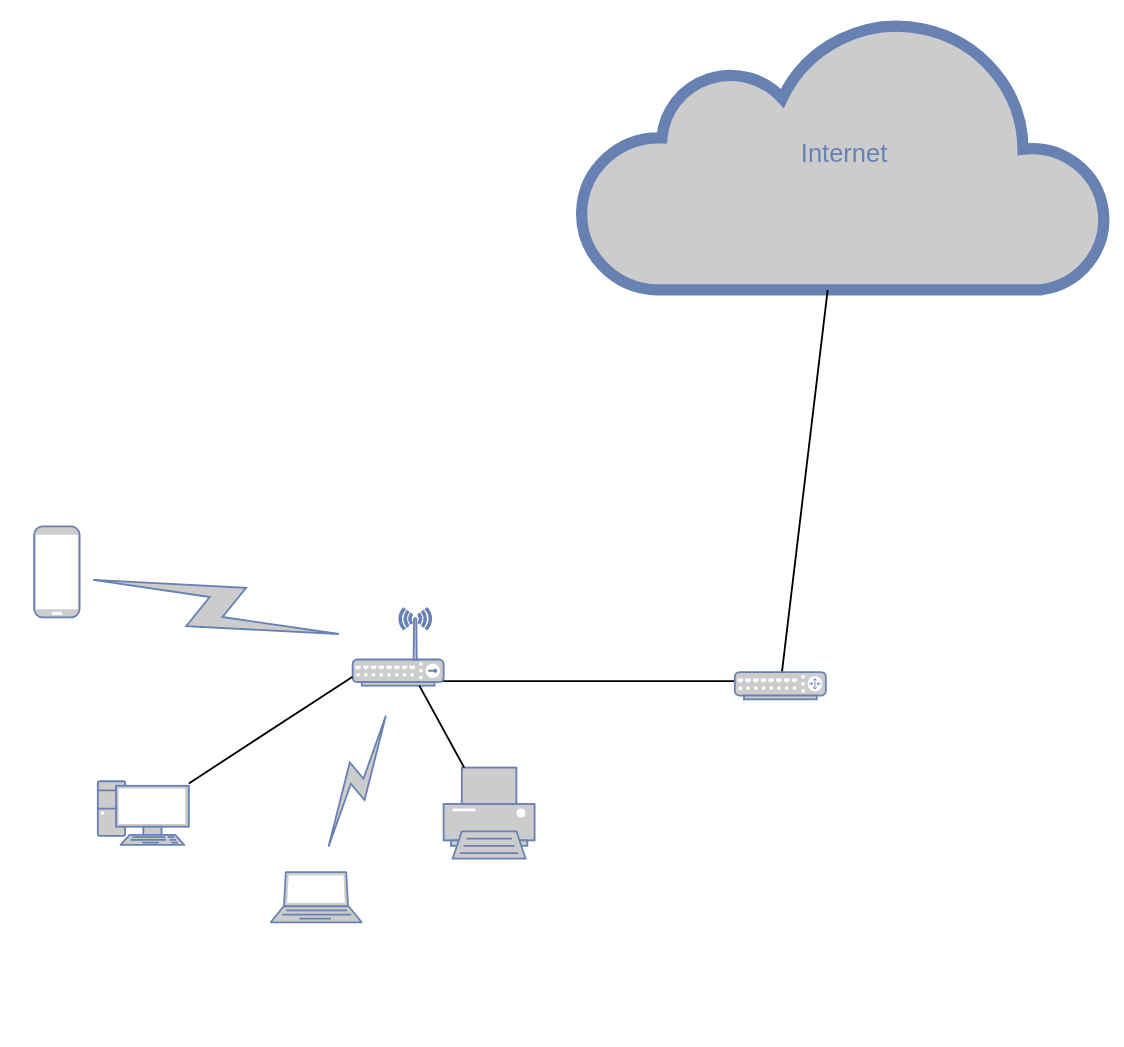
Before: sysadmin-08-net/Untitled Diagram.drawio in GodesAleksandra/netology_homework, a draw.io diagram. Source tidied: cells renumbered, new cells numbered last; positions are measured from the earlier drawing's top-left corner, leaving out a move shared by most shapes. Both pictures are drawn from the tidied source at 91%, with x=0, y=0 at pixel (34, 16).
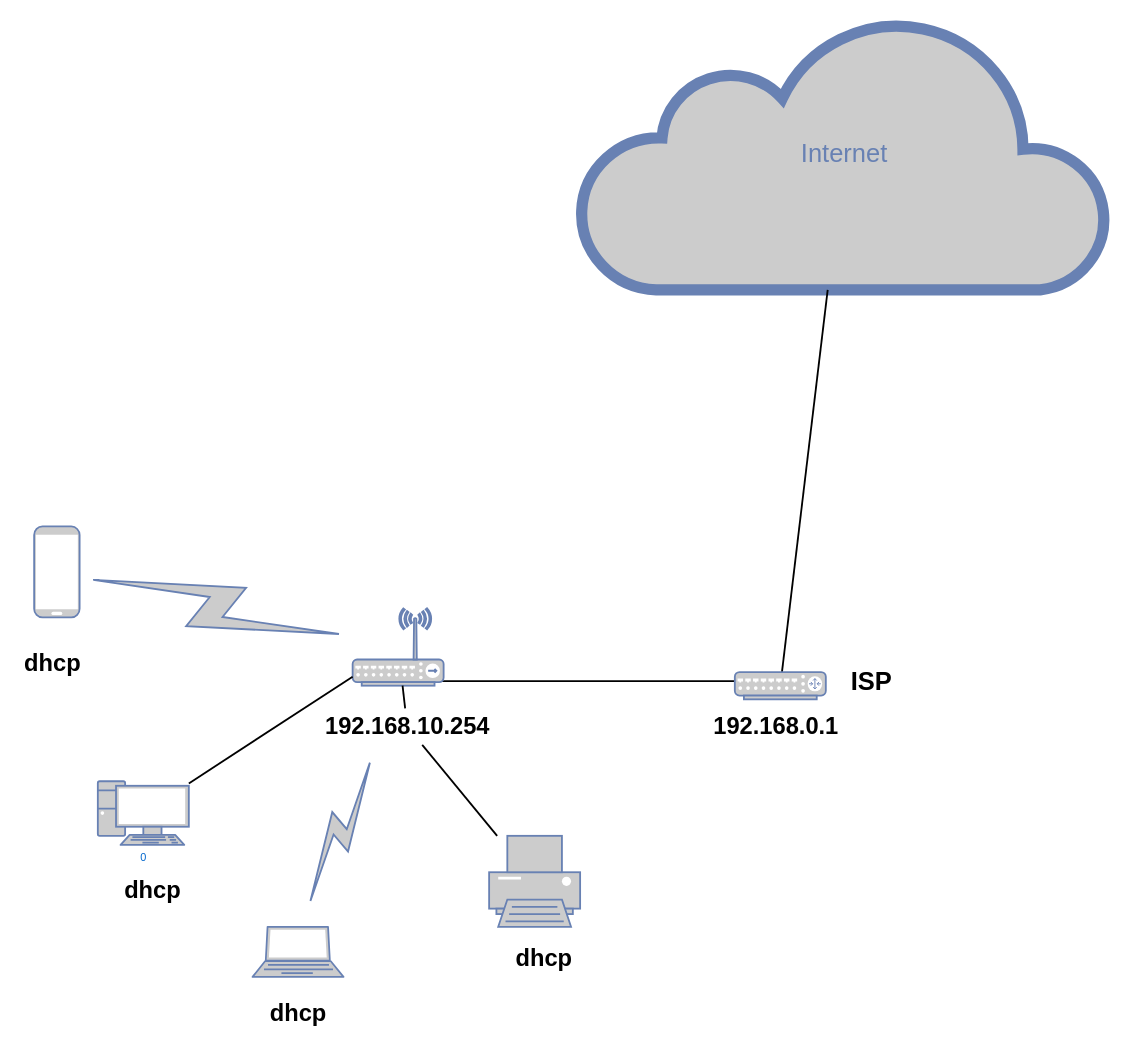
The same page after the edit.

Unchanged cells that the change refers to:
```xml
<mxCell id="5" style="fontColor=#0066CC;verticalAlign=top;verticalLabelPosition=bottom;labelPosition=center;align=center;html=1;fillColor=#CCCCCC;strokeColor=#6881B3;gradientColor=none;gradientDirection=north;strokeWidth=2;shape=mxgraph.networks.wireless_hub;rounded=0;shadow=0;comic=0;" parent="1" vertex="1">
  <mxGeometry x="350" y="650" width="100" height="85" as="geometry" />
</mxCell>
```

Change to the diagram source:
```diff
@@
-    <mxCell id="3" style="fontColor=#0066CC;verticalAlign=top;verticalLabelPosition=bottom;labelPosition=center;align=center;html=1;fillColor=#CCCCCC;strokeColor=#6881B3;gradientColor=none;gradientDirection=north;strokeWidth=2;shape=mxgraph.networks.pc;rounded=0;shadow=0;comic=0;" parent="1" vertex="1">
+    <mxCell id="3" value="0" style="fontColor=#0066CC;verticalAlign=top;verticalLabelPosition=bottom;labelPosition=center;align=center;html=1;fillColor=#CCCCCC;strokeColor=#6881B3;gradientColor=none;gradientDirection=north;strokeWidth=2;shape=mxgraph.networks.pc;rounded=0;shadow=0;comic=0;" parent="1" vertex="1">
       <mxGeometry x="70" y="840" width="100" height="70" as="geometry" />
     </mxCell>
     <mxCell id="4" style="fontColor=#0066CC;verticalAlign=top;verticalLabelPosition=bottom;labelPosition=center;align=center;html=1;fillColor=#CCCCCC;strokeColor=#6881B3;gradientColor=none;gradientDirection=north;strokeWidth=2;shape=mxgraph.networks.printer;rounded=0;shadow=0;comic=0;" parent="1" vertex="1">
-      <mxGeometry x="450" y="825" width="100" height="100" as="geometry" />
+      <mxGeometry x="500" y="900" width="100" height="100" as="geometry" />
     </mxCell>
@@
-    <mxCell id="7" style="edgeStyle=none;html=1;labelBackgroundColor=none;endArrow=none;endFill=0;strokeWidth=2;fontFamily=Verdana;fontSize=15;fontColor=#036897;" parent="1" edge="1" source="4" target="5">
+    <mxCell id="7" style="edgeStyle=none;html=1;labelBackgroundColor=none;endArrow=none;endFill=0;strokeWidth=2;fontFamily=Verdana;fontSize=15;fontColor=#036897;startArrow=none;" parent="1" edge="1" source="19" target="5">
       <mxGeometry relative="1" as="geometry" />
     </mxCell>
@@
     <mxCell id="13" style="fontColor=#0066CC;verticalAlign=top;verticalLabelPosition=bottom;labelPosition=center;align=center;html=1;fillColor=#CCCCCC;strokeColor=#6881B3;gradientColor=none;gradientDirection=north;strokeWidth=2;shape=mxgraph.networks.laptop;" parent="1" vertex="1">
-      <mxGeometry x="260" y="940" width="100" height="55" as="geometry" />
+      <mxGeometry x="240" y="1000" width="100" height="55" as="geometry" />
     </mxCell>
-    <mxCell id="14" style="html=1;fillColor=#CCCCCC;strokeColor=#6881B3;gradientColor=none;gradientDirection=north;strokeWidth=2;shape=mxgraph.networks.comm_link_edge;html=1;labelBackgroundColor=none;endArrow=none;endFill=0;fontFamily=Verdana;fontSize=20;" parent="1" edge="1">
+    <mxCell id="14" style="html=1;fillColor=#CCCCCC;strokeColor=#6881B3;gradientColor=none;gradientDirection=north;strokeWidth=2;shape=mxgraph.networks.comm_link_edge;html=1;labelBackgroundColor=none;endArrow=none;endFill=0;fontFamily=Verdana;fontSize=20;exitX=0.313;exitY=1.279;exitDx=0;exitDy=0;exitPerimeter=0;" parent="1" edge="1" source="19">
       <mxGeometry relative="1" as="geometry">
-        <mxPoint x="390" y="760" as="sourcePoint" />
-        <mxPoint x="320" y="920" as="targetPoint" />
+        <mxPoint x="300" y="980" as="targetPoint" />
       </mxGeometry>
     </mxCell>
+    <mxCell id="15" value="&lt;b style=&quot;font-size: 26px;&quot;&gt;&lt;font style=&quot;font-size: 26px;&quot;&gt;dhcp&lt;/font&gt;&lt;/b&gt;" style="text;html=1;align=center;verticalAlign=middle;strokeColor=none;fillColor=none;fontSize=26;" parent="1" vertex="1">
+      <mxGeometry x="90" y="940" width="80" height="40" as="geometry" />
+    </mxCell>
+    <mxCell id="16" value="&lt;b style=&quot;font-size: 26px;&quot;&gt;&lt;font style=&quot;font-size: 26px;&quot;&gt;dhcp&lt;/font&gt;&lt;/b&gt;" style="text;html=1;align=center;verticalAlign=middle;strokeColor=none;fillColor=none;fontSize=26;" parent="1" vertex="1">
+      <mxGeometry x="250" y="1075" width="80" height="40" as="geometry" />
+    </mxCell>
+    <mxCell id="17" value="&lt;b style=&quot;font-size: 26px;&quot;&gt;&lt;font style=&quot;font-size: 26px;&quot;&gt;dhcp&lt;/font&gt;&lt;/b&gt;" style="text;html=1;align=center;verticalAlign=middle;strokeColor=none;fillColor=none;fontSize=26;" parent="1" vertex="1">
+      <mxGeometry x="-20" y="690" width="80" height="40" as="geometry" />
+    </mxCell>
+    <mxCell id="18" value="&lt;b style=&quot;font-size: 26px;&quot;&gt;&lt;font style=&quot;font-size: 26px;&quot;&gt;dhcp&lt;/font&gt;&lt;/b&gt;" style="text;html=1;align=center;verticalAlign=middle;strokeColor=none;fillColor=none;fontSize=26;" parent="1" vertex="1">
+      <mxGeometry x="520" y="1015" width="80" height="40" as="geometry" />
+    </mxCell>
+    <mxCell id="19" value="&lt;b style=&quot;font-size: 26px&quot;&gt;&lt;font style=&quot;font-size: 26px&quot;&gt;192.168.10.254&lt;/font&gt;&lt;/b&gt;" style="text;html=1;align=center;verticalAlign=middle;points=[];strokeColor=none;fillColor=none;fontSize=26;" parent="1" vertex="1">
+      <mxGeometry x="310" y="760" width="200" height="40" as="geometry" />
+    </mxCell>
+    <mxCell id="20" style="edgeStyle=none;html=1;labelBackgroundColor=none;endArrow=none;endFill=0;strokeWidth=2;fontFamily=Verdana;fontSize=15;fontColor=#036897;" parent="1" edge="1" source="4" target="19">
+      <mxGeometry relative="1" as="geometry" />
+    </mxCell>
+    <mxCell id="21" value="&lt;b style=&quot;font-size: 26px&quot;&gt;&lt;font style=&quot;font-size: 26px&quot;&gt;192.168.0.1&lt;/font&gt;&lt;/b&gt;" style="text;html=1;align=center;verticalAlign=middle;strokeColor=none;fillColor=none;fontSize=26;" parent="1" vertex="1">
+      <mxGeometry x="740" y="760" width="150" height="40" as="geometry" />
+    </mxCell>
+    <mxCell id="22" value="&lt;b&gt;&lt;font style=&quot;font-size: 28px&quot;&gt;ISP&lt;/font&gt;&lt;/b&gt;" style="text;html=1;align=center;verticalAlign=middle;strokeColor=none;fillColor=none;fontSize=26;" parent="1" vertex="1">
+      <mxGeometry x="890" y="710" width="60" height="40" as="geometry" />
+    </mxCell>
```
